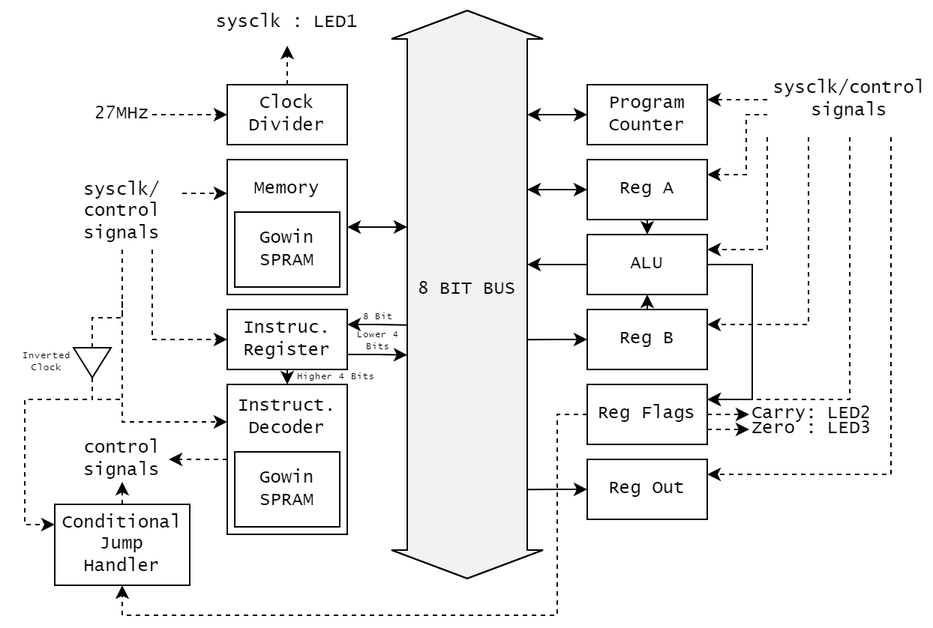
navodabandara/Gowin_Tang_Nano_SAP keeps this draw.io diagram as assets/block_diagram_high_level.drawio.png. Above is the earlier version. Source tidied: cells renumbered, new cells last; positions are measured from the earlier drawing's top-left corner, leaving out a move shared by most shapes.
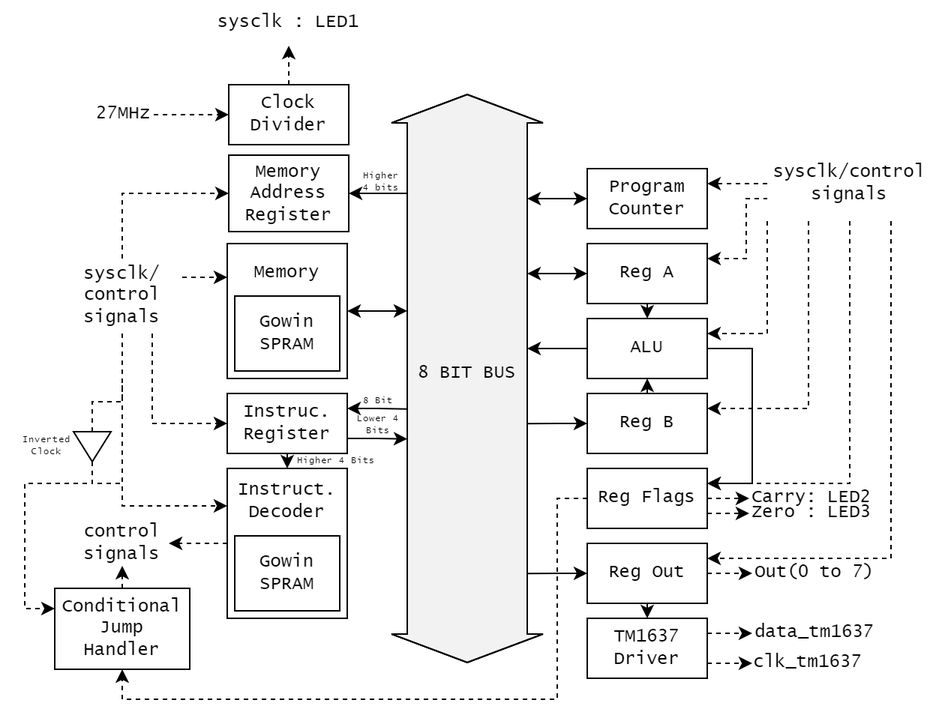
After the change.

Change to the diagram source:
```diff
@@ -6,7 +6,7 @@
       <mxGeometry relative="1" as="geometry" />
     </mxCell>
     <mxCell id="3" value="Clock Divider" style="rounded=0;whiteSpace=wrap;html=1;fontFamily=Lucida Console;" parent="1" vertex="1">
-      <mxGeometry x="151" y="56" width="80" height="40" as="geometry" />
+      <mxGeometry x="152" width="80" height="40" as="geometry" />
     </mxCell>
     <mxCell id="4" style="shape=flexArrow;endArrow=classic;startArrow=classic;html=1;rounded=0;width=80;fillColor=#F2F2F2;fontFamily=Lucida Console;" parent="1" edge="1">
       <mxGeometry relative="1" as="geometry">
@@ -43,10 +43,10 @@
       <mxGeometry relative="1" as="geometry" />
     </mxCell>
     <mxCell id="12" value="27MHz" style="text;html=1;strokeColor=none;fillColor=none;align=center;verticalAlign=middle;whiteSpace=wrap;rounded=0;fontFamily=Lucida Console;" parent="1" vertex="1">
-      <mxGeometry x="61" y="61" width="40" height="30" as="geometry" />
+      <mxGeometry x="62" y="5" width="40" height="30" as="geometry" />
     </mxCell>
     <mxCell id="13" value="sysclk : LED1" style="text;html=1;strokeColor=none;fillColor=none;align=center;verticalAlign=middle;whiteSpace=wrap;rounded=0;fontFamily=Lucida Console;" parent="1" vertex="1">
-      <mxGeometry x="141" width="100" height="30" as="geometry" />
+      <mxGeometry x="142" y="-56" width="100" height="30" as="geometry" />
     </mxCell>
     <mxCell id="14" style="edgeStyle=orthogonalEdgeStyle;rounded=0;jettySize=auto;html=1;startArrow=classic;startFill=1;endArrow=classic;endFill=1;strokeWidth=1;fillColor=default;fontFamily=Lucida Console;" parent="1" edge="1" source="16">
       <mxGeometry relative="1" as="geometry">
@@ -91,6 +91,18 @@
         <mxPoint x="351" y="326.1" as="targetPoint" />
       </mxGeometry>
     </mxCell>
+    <mxCell id="62" style="edgeStyle=orthogonalEdgeStyle;rounded=0;jettySize=auto;html=1;exitX=0.5;exitY=1;exitDx=0;exitDy=0;entryX=0.5;entryY=0;entryDx=0;entryDy=0;" parent="1" edge="1" source="24" target="67">
+      <mxGeometry relative="1" as="geometry" />
+    </mxCell>
+    <mxCell id="63" style="edgeStyle=orthogonalEdgeStyle;rounded=0;jettySize=auto;html=1;exitX=1;exitY=0.5;exitDx=0;exitDy=0;dashed=1;" parent="1" edge="1" source="24">
+      <mxGeometry relative="1" as="geometry">
+        <mxPoint x="501" y="326" as="targetPoint" />
+        <Array as="points">
+          <mxPoint x="491" y="326" />
+          <mxPoint x="491" y="326" />
+        </Array>
+      </mxGeometry>
+    </mxCell>
     <mxCell id="24" value="Reg Out" style="rounded=0;whiteSpace=wrap;html=1;fontFamily=Lucida Console;" parent="1" vertex="1">
       <mxGeometry x="391" y="306" width="80" height="40" as="geometry" />
     </mxCell>
@@ -182,6 +194,9 @@
     <mxCell id="48" style="edgeStyle=orthogonalEdgeStyle;rounded=0;jettySize=auto;html=1;exitX=0.5;exitY=1;exitDx=0;exitDy=0;entryX=0;entryY=0.25;entryDx=0;entryDy=0;dashed=1;fontSize=8;startArrow=none;startFill=0;endArrow=classic;endFill=1;strokeWidth=1;fillColor=default;fontFamily=Lucida Console;" parent="1" edge="1" source="49" target="34">
       <mxGeometry relative="1" as="geometry" />
     </mxCell>
+    <mxCell id="64" style="edgeStyle=orthogonalEdgeStyle;rounded=0;jettySize=auto;html=1;exitX=0.5;exitY=0;exitDx=0;exitDy=0;entryX=0;entryY=0.5;entryDx=0;entryDy=0;startArrow=none;startFill=0;endArrow=classic;endFill=1;dashed=1;" parent="1" edge="1" source="49" target="72">
+      <mxGeometry relative="1" as="geometry" />
+    </mxCell>
     <mxCell id="49" value="sysclk/&lt;br&gt;control signals" style="text;html=1;strokeColor=none;fillColor=default;align=center;verticalAlign=middle;whiteSpace=wrap;rounded=0;fontSize=12;fontFamily=Lucida Console;" parent="1" vertex="1">
       <mxGeometry x="41" y="116" width="80" height="50" as="geometry" />
     </mxCell>
@@ -234,5 +249,38 @@
     <mxCell id="61" value="Inverted&lt;br&gt;Clock" style="text;html=1;strokeColor=none;fillColor=none;align=center;verticalAlign=middle;whiteSpace=wrap;rounded=0;fontSize=6;fontFamily=Lucida Console;" parent="1" vertex="1">
       <mxGeometry y="235.5" width="62" height="10" as="geometry" />
     </mxCell>
+    <mxCell id="65" style="edgeStyle=orthogonalEdgeStyle;rounded=0;jettySize=auto;html=1;exitX=1;exitY=0.25;exitDx=0;exitDy=0;dashed=1;" parent="1" edge="1" source="67">
+      <mxGeometry relative="1" as="geometry">
+        <mxPoint x="501" y="366.2" as="targetPoint" />
+      </mxGeometry>
+    </mxCell>
+    <mxCell id="66" style="edgeStyle=orthogonalEdgeStyle;rounded=0;jettySize=auto;html=1;exitX=1;exitY=0.75;exitDx=0;exitDy=0;dashed=1;" parent="1" edge="1" source="67">
+      <mxGeometry relative="1" as="geometry">
+        <mxPoint x="501" y="386.2" as="targetPoint" />
+      </mxGeometry>
+    </mxCell>
+    <mxCell id="67" value="TM1637 Driver" style="rounded=0;whiteSpace=wrap;html=1;fontFamily=Lucida Console;" parent="1" vertex="1">
+      <mxGeometry x="391" y="356" width="80" height="40" as="geometry" />
+    </mxCell>
+    <mxCell id="68" value="Out(0 to 7)" style="text;html=1;strokeColor=none;fillColor=none;align=left;verticalAlign=middle;whiteSpace=wrap;rounded=0;fontFamily=Lucida Console;" parent="1" vertex="1">
+      <mxGeometry x="501" y="311" width="102" height="30" as="geometry" />
+    </mxCell>
+    <mxCell id="69" value="data_tm1637" style="text;html=1;strokeColor=none;fillColor=none;align=left;verticalAlign=middle;whiteSpace=wrap;rounded=0;fontFamily=Lucida Console;" parent="1" vertex="1">
+      <mxGeometry x="501" y="351" width="102" height="30" as="geometry" />
+    </mxCell>
+    <mxCell id="70" value="clk_tm1637" style="text;html=1;strokeColor=none;fillColor=none;align=left;verticalAlign=middle;whiteSpace=wrap;rounded=0;fontFamily=Lucida Console;" parent="1" vertex="1">
+      <mxGeometry x="500" y="371" width="102" height="30" as="geometry" />
+    </mxCell>
+    <mxCell id="71" style="edgeStyle=orthogonalEdgeStyle;rounded=0;jettySize=auto;html=1;exitX=1;exitY=0.5;exitDx=0;exitDy=0;endArrow=none;endFill=0;startArrow=classic;startFill=1;" parent="1" edge="1" source="72">
+      <mxGeometry relative="1" as="geometry">
+        <mxPoint x="271" y="72.8" as="targetPoint" />
+      </mxGeometry>
+    </mxCell>
+    <mxCell id="72" value="Memory Address Register" style="rounded=0;whiteSpace=wrap;html=1;fontFamily=Lucida Console;" parent="1" vertex="1">
+      <mxGeometry x="152" y="47" width="80" height="51" as="geometry" />
+    </mxCell>
+    <mxCell id="73" value="Higher 4 bits" style="text;html=1;strokeColor=none;fillColor=none;align=center;verticalAlign=middle;whiteSpace=wrap;rounded=0;fontSize=6;fontFamily=Lucida Console;" parent="1" vertex="1">
+      <mxGeometry x="238" y="60" width="32" height="10" as="geometry" />
+    </mxCell>
   </root>
 </mxGraphModel>
```
